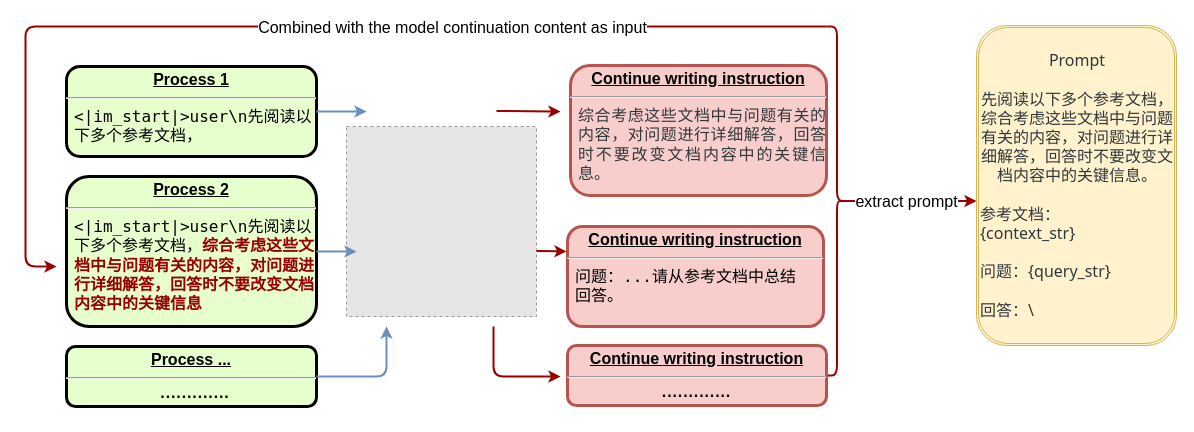
The draw.io diagram gen-prompt.drawio in Wbxxx/Draw-architecture-diagram, before the edit. Source tidied: cells renumbered, new cells numbered last; positions are measured from the earlier drawing's top-left corner, leaving out a move shared by most shapes. Both pictures are drawn from the tidied source at 100%, with x=0, y=0 at pixel (25, 25). Pictures stored in the file or linked from it are replaced by grey dashed boxes.
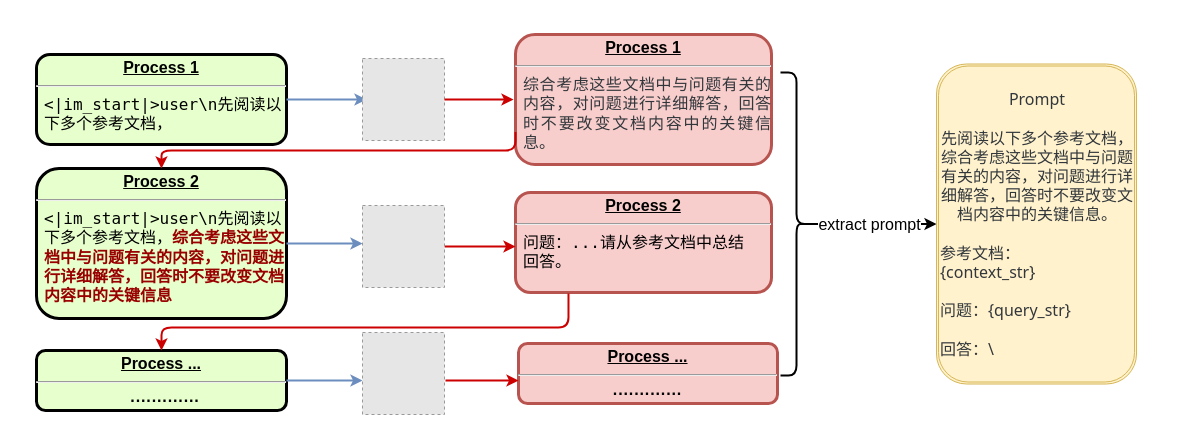
The same page after the edit.

The edit, as a diff of the source:
```diff
@@
     <mxCell id="2" value="&lt;p style=&quot;margin: 4px 0px 0px; text-align: center; text-decoration: underline; font-size: 16px;&quot;&gt;&lt;strong style=&quot;font-size: 16px;&quot;&gt;Process 1&lt;br style=&quot;font-size: 16px;&quot;&gt;&lt;/strong&gt;&lt;/p&gt;&lt;hr style=&quot;font-size: 16px;&quot;&gt;&lt;p style=&quot;text-align: left; margin: 0px 0px 0px 8px; font-size: 16px;&quot;&gt;&lt;span style=&quot;font-weight: 400; font-family: Menlo, Monaco, &amp;quot;Courier New&amp;quot;, monospace; white-space-collapse: preserve; font-size: 16px;&quot;&gt;&amp;lt;|im_start|&amp;gt;user\n&lt;/span&gt;&lt;span style=&quot;font-family: Menlo, Monaco, &amp;quot;Courier New&amp;quot;, monospace; font-weight: 400; white-space-collapse: preserve; background-color: initial; font-size: 16px;&quot;&gt;先阅读以&lt;/span&gt;&lt;/p&gt;&lt;p style=&quot;text-align: left; margin: 0px 0px 0px 8px; font-size: 16px;&quot;&gt;&lt;span style=&quot;font-family: Menlo, Monaco, &amp;quot;Courier New&amp;quot;, monospace; font-weight: 400; white-space-collapse: preserve; background-color: initial; font-size: 16px;&quot;&gt;下多个参考文档，&lt;/span&gt;&lt;/p&gt;" style="verticalAlign=middle;align=center;overflow=fill;fontSize=16;fontFamily=Helvetica;html=1;rounded=1;fontStyle=1;strokeWidth=3;fillColor=#E6FFCC;" parent="1" vertex="1">
-      <mxGeometry x="41" y="41" width="250" height="90" as="geometry" />
+      <mxGeometry x="11" y="29" width="250" height="90" as="geometry" />
     </mxCell>
     <mxCell id="3" style="edgeStyle=elbowEdgeStyle;elbow=vertical;strokeColor=#6c8ebf;strokeWidth=2;fillColor=#dae8fc;fontSize=16;exitX=1;exitY=0.5;exitDx=0;exitDy=0;" parent="1" edge="1" source="2">
       <mxGeometry relative="1" as="geometry">
-        <mxPoint x="341" y="86" as="targetPoint" />
+        <mxPoint x="341" y="74" as="targetPoint" />
       </mxGeometry>
     </mxCell>
     <mxCell id="4" style="fillColor=#E6E6E6;strokeColor=#999999;dashed=1;verticalLabelPosition=bottom;verticalAlign=top;fontSize=16;" parent="1" vertex="1">
-      <mxGeometry x="321" y="101" width="190" height="190" as="geometry" />
+      <mxGeometry x="337" y="33" width="82" height="82" as="geometry" />
     </mxCell>
-    <mxCell id="5" style="edgeStyle=elbowEdgeStyle;elbow=vertical;strokeColor=#990000;strokeWidth=2;fontSize=16;" parent="1" edge="1">
+    <mxCell id="5" style="edgeStyle=elbowEdgeStyle;elbow=vertical;strokeColor=#CC0000;strokeWidth=2;fontSize=16;exitX=1;exitY=0.5;exitDx=0;exitDy=0;" parent="1" edge="1" source="4">
       <mxGeometry relative="1" as="geometry">
-        <mxPoint x="471" y="85.5" as="sourcePoint" />
-        <mxPoint x="535" y="85.5" as="targetPoint" />
+        <mxPoint x="488" y="74" as="targetPoint" />
       </mxGeometry>
     </mxCell>
-    <mxCell id="6" value="&lt;p style=&quot;margin: 4px 0px 0px; text-align: center; font-size: 16px;&quot;&gt;&lt;u style=&quot;font-size: 16px;&quot;&gt;Continue writing instruction&lt;br style=&quot;font-size: 16px;&quot;&gt;&lt;/u&gt;&lt;/p&gt;&lt;hr style=&quot;font-size: 16px;&quot;&gt;&lt;p style=&quot;text-align: justify; margin: 0px 0px 0px 8px; font-size: 16px;&quot;&gt;&lt;span style=&quot;color: rgb(50, 55, 60); text-align: left; white-space: pre-wrap; background-color: initial; font-weight: normal; font-size: 16px;&quot;&gt;&lt;font style=&quot;font-size: 16px;&quot; face=&quot;Helvetica&quot;&gt;综合考虑这些文档中与问题有关的内容，对问题进行详细解答，回答时不要改变文档内容中的关键信息。&lt;/font&gt;&lt;/span&gt;&lt;br style=&quot;font-size: 16px;&quot;&gt;&lt;/p&gt;" style="verticalAlign=middle;align=center;overflow=fill;fontSize=16;fontFamily=Helvetica;html=1;rounded=1;fontStyle=1;strokeWidth=3;fillColor=#f8cecc;strokeColor=#b85450;" parent="1" vertex="1">
-      <mxGeometry x="545" y="40" width="256" height="130" as="geometry" />
+    <mxCell id="6" value="&lt;p style=&quot;margin: 4px 0px 0px; text-align: center; font-size: 16px;&quot;&gt;&lt;span style=&quot;text-decoration-line: underline; background-color: initial;&quot;&gt;Process 1&lt;/span&gt;&lt;u style=&quot;font-size: 16px;&quot;&gt;&lt;br style=&quot;font-size: 16px;&quot;&gt;&lt;/u&gt;&lt;/p&gt;&lt;hr style=&quot;font-size: 16px;&quot;&gt;&lt;p style=&quot;text-align: justify; margin: 0px 0px 0px 8px; font-size: 16px;&quot;&gt;&lt;span style=&quot;color: rgb(50, 55, 60); text-align: left; white-space: pre-wrap; background-color: initial; font-weight: normal; font-size: 16px;&quot;&gt;&lt;font style=&quot;font-size: 16px;&quot; face=&quot;Helvetica&quot;&gt;综合考虑这些文档中与问题有关的内容，对问题进行详细解答，回答时不要改变文档内容中的关键信息。&lt;/font&gt;&lt;/span&gt;&lt;br style=&quot;font-size: 16px;&quot;&gt;&lt;/p&gt;" style="verticalAlign=middle;align=center;overflow=fill;fontSize=16;fontFamily=Helvetica;html=1;rounded=1;fontStyle=1;strokeWidth=3;fillColor=#f8cecc;strokeColor=#b85450;" parent="1" vertex="1">
+      <mxGeometry x="490" y="9" width="256" height="130" as="geometry" />
     </mxCell>
     <mxCell id="7" value="&lt;p style=&quot;margin: 4px 0px 0px; text-align: center; text-decoration: underline; font-size: 16px;&quot;&gt;&lt;strong style=&quot;font-size: 16px;&quot;&gt;Process 2&lt;br style=&quot;font-size: 16px;&quot;&gt;&lt;/strong&gt;&lt;/p&gt;&lt;hr style=&quot;font-size: 16px;&quot;&gt;&lt;p style=&quot;text-align: left; margin: 0px 0px 0px 8px; font-size: 16px;&quot;&gt;&lt;span style=&quot;font-weight: 400; font-family: Menlo, Monaco, &amp;quot;Courier New&amp;quot;, monospace; white-space-collapse: preserve; font-size: 16px;&quot;&gt;&amp;lt;|im_start|&amp;gt;user\n&lt;/span&gt;&lt;span style=&quot;background-color: initial; font-family: Menlo, Monaco, &amp;quot;Courier New&amp;quot;, monospace; font-weight: 400; white-space-collapse: preserve; font-size: 16px;&quot;&gt;先阅读以&lt;/span&gt;&lt;/p&gt;&lt;p style=&quot;text-align: left; margin: 0px 0px 0px 8px; font-size: 16px;&quot;&gt;&lt;span style=&quot;background-color: initial; font-family: Menlo, Monaco, &amp;quot;Courier New&amp;quot;, monospace; font-weight: 400; white-space-collapse: preserve; font-size: 16px;&quot;&gt;下&lt;/span&gt;&lt;span style=&quot;background-color: initial; white-space-collapse: preserve; font-family: Menlo, Monaco, &amp;quot;Courier New&amp;quot;, monospace; font-weight: 400; font-size: 16px;&quot;&gt;多个参考文档，&lt;/span&gt;&lt;span style=&quot;background-color: initial; white-space: pre-wrap; font-family: PingFangSC-Regular, &amp;quot;PingFang SC&amp;quot;, Tahoma, &amp;quot;Hiragino Sans GB&amp;quot;, &amp;quot;Microsoft YaHei&amp;quot;; font-size: 16px;&quot;&gt;&lt;font style=&quot;font-size: 16px;&quot; color=&quot;#990000&quot;&gt;综合考虑这些文档中与问题有关的内容，对问题进行详细解答，回答时不要改变文档内容中的关键信息&lt;/font&gt;&lt;/span&gt;&lt;/p&gt;" style="verticalAlign=middle;align=center;overflow=fill;fontSize=16;fontFamily=Helvetica;html=1;rounded=1;fontStyle=1;strokeWidth=3;fillColor=#E6FFCC;" parent="1" vertex="1">
-      <mxGeometry x="41" y="151" width="250" height="150" as="geometry" />
+      <mxGeometry x="11" y="143" width="250" height="150" as="geometry" />
     </mxCell>
-    <mxCell id="8" value="&lt;p style=&quot;margin: 4px 0px 0px; text-align: center; font-size: 16px;&quot;&gt;&lt;u style=&quot;font-size: 16px;&quot;&gt;Continue writing instruction&lt;br style=&quot;font-size: 16px;&quot;&gt;&lt;/u&gt;&lt;/p&gt;&lt;hr style=&quot;font-size: 16px;&quot;&gt;&lt;p style=&quot;text-align: start; margin: 0px 0px 0px 8px; font-size: 16px;&quot;&gt;&lt;font face=&quot;Menlo, Monaco, Courier New, monospace&quot; style=&quot;font-size: 16px;&quot;&gt;&lt;span style=&quot;font-size: 16px; font-weight: 400; white-space-collapse: preserve;&quot;&gt;问题：...&lt;/span&gt;&lt;/font&gt;&lt;span style=&quot;font-family: Menlo, Monaco, &amp;quot;Courier New&amp;quot;, monospace; font-weight: 400; white-space-collapse: preserve; background-color: initial; font-size: 16px;&quot;&gt;&lt;font style=&quot;font-size: 16px;&quot;&gt;请从参考文档中总结&lt;/font&gt;&lt;/span&gt;&lt;/p&gt;&lt;p style=&quot;text-align: start; margin: 0px 0px 0px 8px; font-size: 16px;&quot;&gt;&lt;span style=&quot;font-family: Menlo, Monaco, &amp;quot;Courier New&amp;quot;, monospace; font-weight: 400; white-space-collapse: preserve; background-color: initial; font-size: 16px;&quot;&gt;&lt;font style=&quot;font-size: 16px;&quot;&gt;回答。&lt;/font&gt;&lt;/span&gt;&lt;/p&gt;" style="verticalAlign=middle;align=center;overflow=fill;fontSize=16;fontFamily=Helvetica;html=1;rounded=1;fontStyle=1;strokeWidth=3;fillColor=#f8cecc;strokeColor=#b85450;" parent="1" vertex="1">
-      <mxGeometry x="542" y="201" width="256" height="100" as="geometry" />
+    <mxCell id="8" value="&lt;p style=&quot;margin: 4px 0px 0px; text-align: center; font-size: 16px;&quot;&gt;&lt;span style=&quot;text-decoration-line: underline; background-color: initial;&quot;&gt;Process 2&lt;/span&gt;&lt;u style=&quot;font-size: 16px;&quot;&gt;&lt;br style=&quot;font-size: 16px;&quot;&gt;&lt;/u&gt;&lt;/p&gt;&lt;hr style=&quot;font-size: 16px;&quot;&gt;&lt;p style=&quot;text-align: start; margin: 0px 0px 0px 8px; font-size: 16px;&quot;&gt;&lt;font face=&quot;Menlo, Monaco, Courier New, monospace&quot; style=&quot;font-size: 16px;&quot;&gt;&lt;span style=&quot;font-size: 16px; font-weight: 400; white-space-collapse: preserve;&quot;&gt;问题：...&lt;/span&gt;&lt;/font&gt;&lt;span style=&quot;font-family: Menlo, Monaco, &amp;quot;Courier New&amp;quot;, monospace; font-weight: 400; white-space-collapse: preserve; background-color: initial; font-size: 16px;&quot;&gt;&lt;font style=&quot;font-size: 16px;&quot;&gt;请从参考文档中总结&lt;/font&gt;&lt;/span&gt;&lt;/p&gt;&lt;p style=&quot;text-align: start; margin: 0px 0px 0px 8px; font-size: 16px;&quot;&gt;&lt;span style=&quot;font-family: Menlo, Monaco, &amp;quot;Courier New&amp;quot;, monospace; font-weight: 400; white-space-collapse: preserve; background-color: initial; font-size: 16px;&quot;&gt;&lt;font style=&quot;font-size: 16px;&quot;&gt;回答。&lt;/font&gt;&lt;/span&gt;&lt;/p&gt;" style="verticalAlign=middle;align=center;overflow=fill;fontSize=16;fontFamily=Helvetica;html=1;rounded=1;fontStyle=1;strokeWidth=3;fillColor=#f8cecc;strokeColor=#b85450;" parent="1" vertex="1">
+      <mxGeometry x="490" y="167" width="256" height="100" as="geometry" />
     </mxCell>
-    <mxCell id="9" style="edgeStyle=elbowEdgeStyle;elbow=vertical;strokeColor=#6c8ebf;strokeWidth=2;fillColor=#dae8fc;exitX=1;exitY=0.5;exitDx=0;exitDy=0;fontSize=16;" parent="1" edge="1" source="7">
-      <mxGeometry relative="1" as="geometry">
-        <mxPoint x="331" y="226" as="targetPoint" />
-      </mxGeometry>
+    <mxCell id="9" style="edgeStyle=elbowEdgeStyle;elbow=vertical;strokeColor=#6c8ebf;strokeWidth=2;fillColor=#dae8fc;exitX=1;exitY=0.5;exitDx=0;exitDy=0;fontSize=16;" parent="1" edge="1" source="7" target="23">
+      <mxGeometry relative="1" as="geometry" />
     </mxCell>
-    <mxCell id="10" style="shape=curlyBracket;whiteSpace=wrap;html=1;rounded=1;flipH=1;labelPosition=right;verticalLabelPosition=middle;align=left;verticalAlign=middle;strokeWidth=2;fillColor=#990000;strokeColor=#990000;fontSize=16;" parent="1" vertex="1">
-      <mxGeometry x="801" y="1" width="21" height="349" as="geometry" />
+    <mxCell id="10" style="shape=curlyBracket;whiteSpace=wrap;html=1;rounded=1;flipH=1;labelPosition=right;verticalLabelPosition=middle;align=left;verticalAlign=middle;strokeWidth=2;fillColor=#990000;strokeColor=#000000;fontSize=16;" parent="1" vertex="1">
+      <mxGeometry x="755" y="47" width="32" height="303" as="geometry" />
     </mxCell>
-    <mxCell id="11" style="edgeStyle=elbowEdgeStyle;elbow=horizontal;strokeColor=#990000;strokeWidth=2;fontSize=16;" parent="1" edge="1">
-      <mxGeometry relative="1" as="geometry">
-        <mxPoint x="801" y="1" as="sourcePoint" />
-        <mxPoint x="31" y="241" as="targetPoint" />
-        <Array as="points">
-          <mxPoint y="51" />
-        </Array>
-      </mxGeometry>
-    </mxCell>
-    <mxCell id="12" value="Combined with the model continuation content as input" style="edgeLabel;html=1;align=center;verticalAlign=middle;fontSize=16;" parent="11" vertex="1">
-      <mxGeometry x="-0.3" relative="1" as="geometry" />
-    </mxCell>
-    <mxCell id="13" style="edgeStyle=segmentEdgeStyle;strokeColor=#990000;strokeWidth=2;exitX=0.1;exitY=0.5;exitDx=0;exitDy=0;exitPerimeter=0;fontSize=16;" parent="1" edge="1" source="10" target="19">
+    <mxCell id="13" style="edgeStyle=segmentEdgeStyle;strokeColor=#000000;strokeWidth=2;exitX=0.1;exitY=0.5;exitDx=0;exitDy=0;exitPerimeter=0;fontSize=16;" parent="1" edge="1" source="10" target="19">
       <mxGeometry relative="1" as="geometry" />
     </mxCell>
@@
     <mxCell id="15" value="&lt;p style=&quot;margin: 4px 0px 0px; text-align: center; text-decoration: underline; font-size: 16px;&quot;&gt;&lt;strong style=&quot;font-size: 16px;&quot;&gt;Process ...&lt;br style=&quot;font-size: 16px;&quot;&gt;&lt;/strong&gt;&lt;/p&gt;&lt;hr style=&quot;font-size: 16px;&quot;&gt;&lt;p style=&quot;margin: 0px 0px 0px 8px; font-size: 16px;&quot;&gt;·············&lt;/p&gt;" style="verticalAlign=middle;align=center;overflow=fill;fontSize=16;fontFamily=Helvetica;html=1;rounded=1;fontStyle=1;strokeWidth=3;fillColor=#E6FFCC;" parent="1" vertex="1">
-      <mxGeometry x="41" y="321" width="250" height="60" as="geometry" />
+      <mxGeometry x="11" y="325" width="250" height="60" as="geometry" />
     </mxCell>
-    <mxCell id="16" style="edgeStyle=elbowEdgeStyle;elbow=vertical;strokeColor=#6c8ebf;strokeWidth=2;fillColor=#dae8fc;exitX=1;exitY=0.5;exitDx=0;exitDy=0;fontSize=16;" parent="1" edge="1" source="15">
+    <mxCell id="16" style="edgeStyle=elbowEdgeStyle;elbow=vertical;strokeColor=#6c8ebf;strokeWidth=2;fillColor=#dae8fc;exitX=1;exitY=0.5;exitDx=0;exitDy=0;fontSize=16;" parent="1" edge="1" source="15" target="24">
       <mxGeometry relative="1" as="geometry">
-        <mxPoint x="361" y="301" as="targetPoint" />
         <Array as="points">
-          <mxPoint x="371" y="351" />
+          <mxPoint x="371" y="355" />
         </Array>
       </mxGeometry>
     </mxCell>
-    <mxCell id="17" value="&lt;p style=&quot;margin: 4px 0px 0px; text-align: center; font-size: 16px;&quot;&gt;&lt;u style=&quot;font-size: 16px;&quot;&gt;Continue writing instruction&lt;br style=&quot;font-size: 16px;&quot;&gt;&lt;/u&gt;&lt;/p&gt;&lt;hr style=&quot;font-size: 16px;&quot;&gt;·············" style="verticalAlign=middle;align=center;overflow=fill;fontSize=16;fontFamily=Helvetica;html=1;rounded=1;fontStyle=1;strokeWidth=3;fillColor=#f8cecc;strokeColor=#b85450;" parent="1" vertex="1">
-      <mxGeometry x="542" y="320" width="259" height="60" as="geometry" />
+    <mxCell id="17" value="&lt;p style=&quot;margin: 4px 0px 0px; text-align: center; font-size: 16px;&quot;&gt;&lt;span style=&quot;text-decoration-line: underline; background-color: initial;&quot;&gt;Process ...&lt;/span&gt;&lt;u style=&quot;font-size: 16px;&quot;&gt;&lt;br style=&quot;font-size: 16px;&quot;&gt;&lt;/u&gt;&lt;/p&gt;&lt;hr style=&quot;font-size: 16px;&quot;&gt;·············" style="verticalAlign=middle;align=center;overflow=fill;fontSize=16;fontFamily=Helvetica;html=1;rounded=1;fontStyle=1;strokeWidth=3;fillColor=#f8cecc;strokeColor=#b85450;" parent="1" vertex="1">
+      <mxGeometry x="493" y="318" width="259" height="60" as="geometry" />
     </mxCell>
@@
     <mxCell id="19" value="&lt;div style=&quot;text-align: center; font-size: 16px;&quot;&gt;&lt;font style=&quot;font-size: 16px;&quot;&gt;&lt;span style=&quot;color: rgb(50, 55, 60); font-family: PingFangSC-Regular, &amp;quot;PingFang SC&amp;quot;, Tahoma, &amp;quot;Hiragino Sans GB&amp;quot;, &amp;quot;Microsoft YaHei&amp;quot;; white-space-collapse: preserve; font-size: 16px;&quot;&gt;Prompt&lt;/span&gt;&lt;/font&gt;&lt;/div&gt;&lt;div style=&quot;text-align: center; font-size: 16px;&quot;&gt;&lt;font style=&quot;font-size: 16px;&quot;&gt;&lt;span style=&quot;color: rgb(50, 55, 60); font-family: PingFangSC-Regular, &amp;quot;PingFang SC&amp;quot;, Tahoma, &amp;quot;Hiragino Sans GB&amp;quot;, &amp;quot;Microsoft YaHei&amp;quot;; white-space-collapse: preserve; font-size: 16px;&quot;&gt;&lt;br&gt;&lt;/span&gt;&lt;/font&gt;&lt;/div&gt;&lt;div style=&quot;text-align: center; font-size: 16px;&quot;&gt;&lt;span style=&quot;color: rgb(50, 55, 60); font-family: PingFangSC-Regular, &amp;quot;PingFang SC&amp;quot;, Tahoma, &amp;quot;Hiragino Sans GB&amp;quot;, &amp;quot;Microsoft YaHei&amp;quot;; white-space-collapse: preserve; background-color: initial; text-align: left;&quot;&gt;先阅读以下多个参考文档，综合考虑这些文档中与问题有关的内容，对问题进行详细解答，回答时不要改变文档内容中的关键信息。&lt;/span&gt;&lt;/div&gt;&lt;font style=&quot;font-size: 16px;&quot;&gt;&lt;span style=&quot;color: rgb(50, 55, 60); font-family: PingFangSC-Regular, &amp;quot;PingFang SC&amp;quot;, Tahoma, &amp;quot;Hiragino Sans GB&amp;quot;, &amp;quot;Microsoft YaHei&amp;quot;; white-space-collapse: preserve; font-size: 16px;&quot;&gt;&lt;br style=&quot;font-size: 16px;&quot;&gt;&lt;/span&gt;&lt;/font&gt;&lt;div style=&quot;font-size: 16px;&quot;&gt;&lt;font style=&quot;font-size: 16px;&quot;&gt;&lt;span style=&quot;color: rgb(50, 55, 60); font-family: PingFangSC-Regular, &amp;quot;PingFang SC&amp;quot;, Tahoma, &amp;quot;Hiragino Sans GB&amp;quot;, &amp;quot;Microsoft YaHei&amp;quot;; white-space-collapse: preserve; font-size: 16px;&quot;&gt;参考文档：&lt;/span&gt;&lt;br style=&quot;box-sizing: inherit; -webkit-tap-highlight-color: rgba(0, 0, 0, 0); color: rgb(50, 55, 60); font-family: PingFangSC-Regular, &amp;quot;PingFang SC&amp;quot;, Tahoma, &amp;quot;Hiragino Sans GB&amp;quot;, &amp;quot;Microsoft YaHei&amp;quot;; white-space-collapse: preserve; font-size: 16px;&quot;&gt;&lt;span style=&quot;color: rgb(50, 55, 60); font-family: PingFangSC-Regular, &amp;quot;PingFang SC&amp;quot;, Tahoma, &amp;quot;Hiragino Sans GB&amp;quot;, &amp;quot;Microsoft YaHei&amp;quot;; white-space-collapse: preserve; font-size: 16px;&quot;&gt;{context_str}&lt;/span&gt;&lt;br style=&quot;box-sizing: inherit; -webkit-tap-highlight-color: rgba(0, 0, 0, 0); color: rgb(50, 55, 60); font-family: PingFangSC-Regular, &amp;quot;PingFang SC&amp;quot;, Tahoma, &amp;quot;Hiragino Sans GB&amp;quot;, &amp;quot;Microsoft YaHei&amp;quot;; white-space-collapse: preserve; font-size: 16px;&quot;&gt;&lt;br style=&quot;box-sizing: inherit; -webkit-tap-highlight-color: rgba(0, 0, 0, 0); color: rgb(50, 55, 60); font-family: PingFangSC-Regular, &amp;quot;PingFang SC&amp;quot;, Tahoma, &amp;quot;Hiragino Sans GB&amp;quot;, &amp;quot;Microsoft YaHei&amp;quot;; white-space-collapse: preserve; font-size: 16px;&quot;&gt;&lt;span style=&quot;color: rgb(50, 55, 60); font-family: PingFangSC-Regular, &amp;quot;PingFang SC&amp;quot;, Tahoma, &amp;quot;Hiragino Sans GB&amp;quot;, &amp;quot;Microsoft YaHei&amp;quot;; white-space-collapse: preserve; font-size: 16px;&quot;&gt;问题：{query_str}&lt;/span&gt;&lt;br style=&quot;box-sizing: inherit; -webkit-tap-highlight-color: rgba(0, 0, 0, 0); color: rgb(50, 55, 60); font-family: PingFangSC-Regular, &amp;quot;PingFang SC&amp;quot;, Tahoma, &amp;quot;Hiragino Sans GB&amp;quot;, &amp;quot;Microsoft YaHei&amp;quot;; white-space-collapse: preserve; font-size: 16px;&quot;&gt;&lt;br style=&quot;box-sizing: inherit; -webkit-tap-highlight-color: rgba(0, 0, 0, 0); color: rgb(50, 55, 60); font-family: PingFangSC-Regular, &amp;quot;PingFang SC&amp;quot;, Tahoma, &amp;quot;Hiragino Sans GB&amp;quot;, &amp;quot;Microsoft YaHei&amp;quot;; white-space-collapse: preserve; font-size: 16px;&quot;&gt;&lt;span style=&quot;color: rgb(50, 55, 60); font-family: PingFangSC-Regular, &amp;quot;PingFang SC&amp;quot;, Tahoma, &amp;quot;Hiragino Sans GB&amp;quot;, &amp;quot;Microsoft YaHei&amp;quot;; white-space-collapse: preserve; font-size: 16px;&quot;&gt;回答：\&lt;/span&gt;&lt;/font&gt;&lt;/div&gt;" style="shape=ext;double=1;rounded=1;whiteSpace=wrap;html=1;align=left;fillColor=#fff2cc;strokeColor=#d6b656;fontSize=16;" parent="1" vertex="1">
-      <mxGeometry x="951" width="200" height="320" as="geometry" />
+      <mxGeometry x="911" y="38.5" width="200" height="320" as="geometry" />
     </mxCell>
-    <mxCell id="20" style="edgeStyle=elbowEdgeStyle;elbow=vertical;strokeColor=#990000;strokeWidth=2;fontSize=16;" parent="1" edge="1">
+    <mxCell id="20" style="edgeStyle=elbowEdgeStyle;elbow=vertical;strokeColor=#CC0000;strokeWidth=2;fontSize=16;exitX=1.012;exitY=0.585;exitDx=0;exitDy=0;exitPerimeter=0;" parent="1" edge="1" source="24" target="17">
       <mxGeometry relative="1" as="geometry">
-        <mxPoint x="468" y="301" as="sourcePoint" />
-        <mxPoint x="535" y="350.5" as="targetPoint" />
         <Array as="points">
-          <mxPoint x="501" y="351" />
+          <mxPoint x="501" y="355" />
         </Array>
       </mxGeometry>
     </mxCell>
-    <mxCell id="21" style="edgeStyle=elbowEdgeStyle;elbow=vertical;strokeColor=#990000;strokeWidth=2;fontSize=16;" parent="1" edge="1">
+    <mxCell id="21" style="edgeStyle=elbowEdgeStyle;elbow=vertical;strokeColor=#CC0000;strokeWidth=2;fontSize=16;" parent="1" edge="1" source="23" target="8">
       <mxGeometry relative="1" as="geometry">
-        <mxPoint x="511" y="225.5" as="sourcePoint" />
-        <mxPoint x="541" y="226" as="targetPoint" />
+        <Array as="points">
+          <mxPoint x="404" y="225" />
+        </Array>
       </mxGeometry>
     </mxCell>
+    <mxCell id="22" style="edgeStyle=elbowEdgeStyle;elbow=vertical;strokeColor=#CC0000;strokeWidth=2;fontSize=16;exitX=0;exitY=0.75;exitDx=0;exitDy=0;" parent="1" edge="1" source="6" target="7">
+      <mxGeometry relative="1" as="geometry" />
+    </mxCell>
+    <mxCell id="23" style="fillColor=#E6E6E6;strokeColor=#999999;dashed=1;verticalLabelPosition=bottom;verticalAlign=top;fontSize=16;" parent="1" vertex="1">
+      <mxGeometry x="337" y="180" width="82" height="82" as="geometry" />
+    </mxCell>
+    <mxCell id="24" style="fillColor=#E6E6E6;strokeColor=#999999;dashed=1;verticalLabelPosition=bottom;verticalAlign=top;fontSize=16;" parent="1" vertex="1">
+      <mxGeometry x="337" y="307" width="82" height="82" as="geometry" />
+    </mxCell>
+    <mxCell id="25" style="edgeStyle=elbowEdgeStyle;elbow=vertical;strokeColor=#CC0000;strokeWidth=2;fontSize=16;exitX=0.207;exitY=1.01;exitDx=0;exitDy=0;exitPerimeter=0;entryX=0.5;entryY=0;entryDx=0;entryDy=0;" parent="1" edge="1" source="8" target="15">
+      <mxGeometry relative="1" as="geometry">
+        <Array as="points">
+          <mxPoint x="346" y="302" />
+        </Array>
+      </mxGeometry>
+    </mxCell>
```
